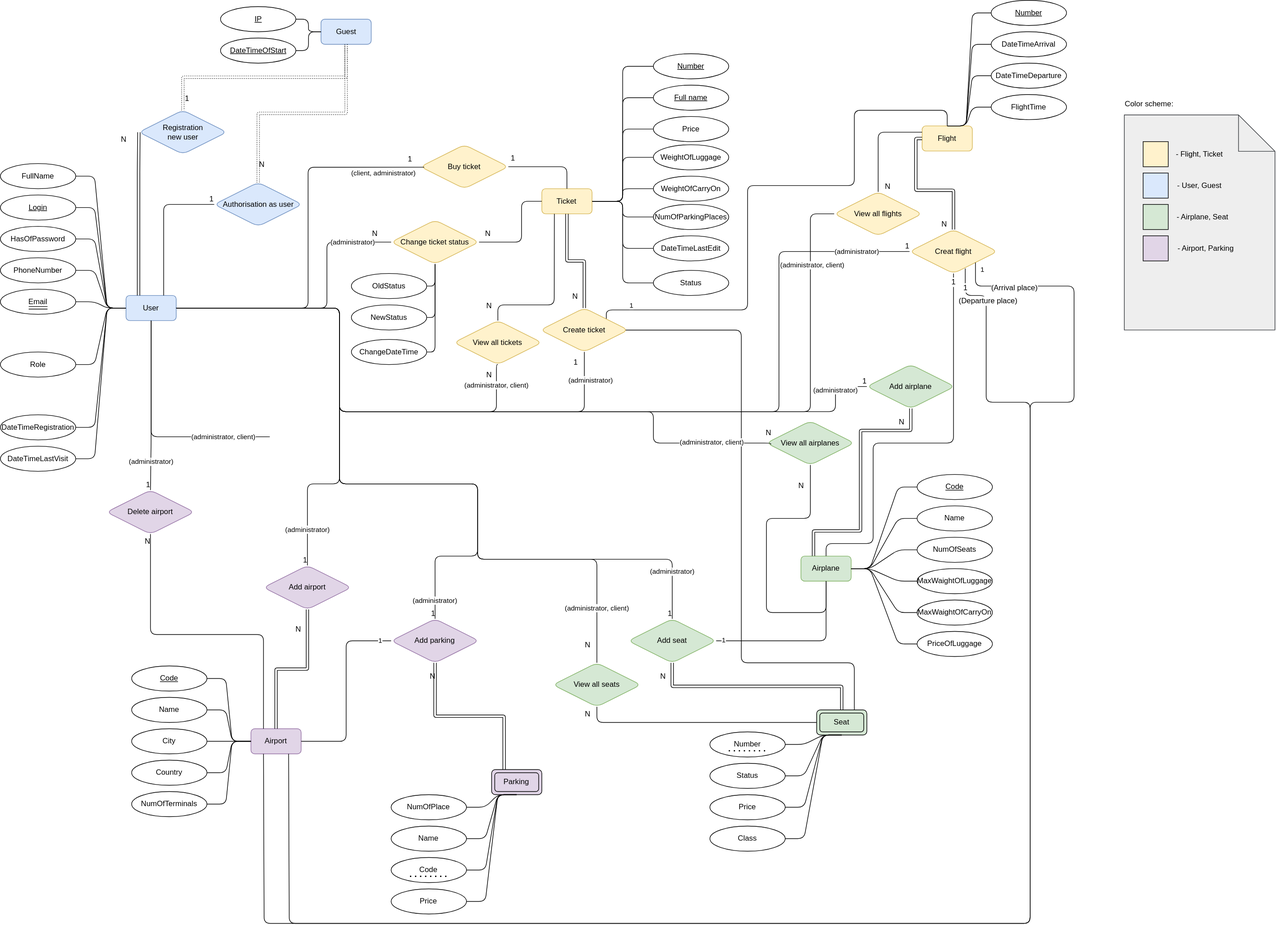
Yurii404/AirplaneTicketSalesSystem keeps this draw.io diagram as Design/Diagram/ERD.svg. Above is the earlier version. Source tidied: cells renumbered, new cells last; positions are measured from the earlier drawing's top-left corner, leaving out a move shared by most shapes.
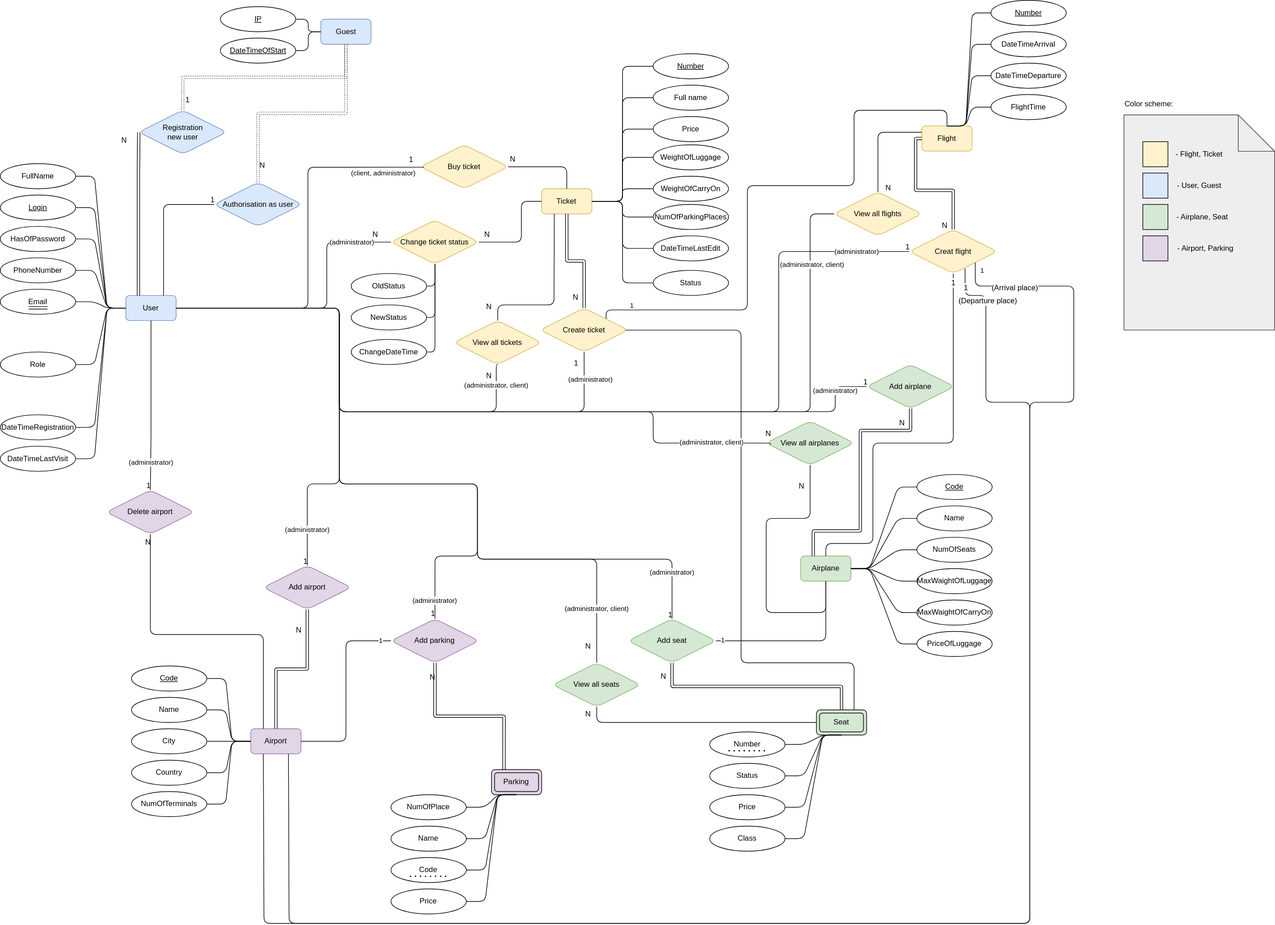
Later version of the same file.

Diff of the diagram source:
```diff
@@ -245,7 +245,7 @@
     <mxCell id="80" value="FlightTime" style="ellipse;whiteSpace=wrap;html=1;align=center;rounded=1;" parent="1" vertex="1">
       <mxGeometry x="1578" y="150" width="120" height="40" as="geometry" />
     </mxCell>
-    <mxCell id="81" value="&lt;u&gt;Full name&lt;/u&gt;" style="ellipse;whiteSpace=wrap;html=1;align=center;rounded=1;" parent="1" vertex="1">
+    <mxCell id="81" value="Full name" style="ellipse;whiteSpace=wrap;html=1;align=center;rounded=1;" parent="1" vertex="1">
       <mxGeometry x="1040" y="135" width="120" height="40" as="geometry" />
     </mxCell>
     <mxCell id="82" style="edgeStyle=orthogonalEdgeStyle;rounded=1;jettySize=auto;html=1;exitX=0;exitY=0.5;exitDx=0;exitDy=0;entryX=1;entryY=0.5;entryDx=0;entryDy=0;endArrow=none;endFill=0;" parent="1" edge="1" source="83" target="12">
@@ -537,15 +537,6 @@
         <mxPoint y="20" as="offset" />
       </mxGeometry>
     </mxCell>
-    <mxCell id="138" value="(administrator, client)" style="html=1;rounded=1;endArrow=none;endFill=0;edgeStyle=orthogonalEdgeStyle;exitX=0.5;exitY=1;exitDx=0;exitDy=0;entryX=0;entryY=0.5;entryDx=0;entryDy=0;" parent="1" edge="1" source="3">
-      <mxGeometry x="0.6" relative="1" as="geometry">
-        <mxPoint x="429" y="695" as="targetPoint" />
-        <Array as="points">
-          <mxPoint x="240" y="695" />
-        </Array>
-        <mxPoint x="1" as="offset" />
-      </mxGeometry>
-    </mxCell>
     <mxCell id="139" value="View all airplanes" style="shape=rhombus;perimeter=rhombusPerimeter;whiteSpace=wrap;html=1;align=center;fillColor=#d5e8d4;strokeColor=#82b366;rounded=1;" parent="1" vertex="1">
       <mxGeometry x="1220" y="670" width="140" height="70" as="geometry" />
     </mxCell>
@@ -852,7 +843,7 @@
         </Array>
       </mxGeometry>
     </mxCell>
-    <mxCell id="200" value="1" style="html=1;align=right;verticalAlign=bottom;rounded=1;" parent="199" vertex="1">
+    <mxCell id="200" value="N" style="html=1;align=right;verticalAlign=bottom;rounded=1;" parent="199" vertex="1">
       <mxGeometry x="1" relative="1" as="geometry">
         <mxPoint x="11" y="-5" as="offset" />
       </mxGeometry>
```
